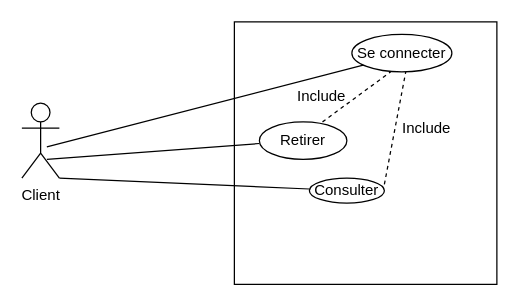
charlesng1/uml keeps this draw.io diagram as Diagramme sans nom.drawio. Above is the earlier version. Source tidied: cells renumbered, new cells numbered last; positions are measured from the earlier drawing's top-left corner, leaving out a move shared by most shapes. Both pictures are drawn from the tidied source at 125%, with x=0, y=0 at pixel (21, 21).
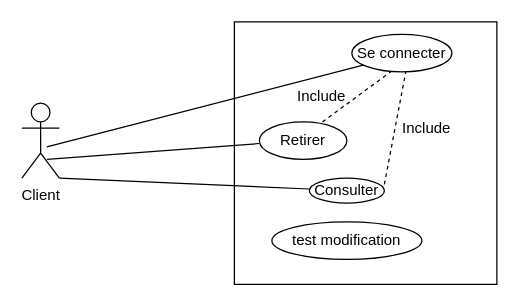
The same page after the edit.

Commit message:
Mettre à jour Diagramme sans nom.drawio

The edit, as a diff of the source:
```diff
@@
 <mxGraphModel>
   <root>
     <mxCell id="0" />
     <mxCell id="1" parent="0" />
     <mxCell id="2" value="Client" style="shape=umlActor;verticalLabelPosition=bottom;verticalAlign=top;html=1;outlineConnect=0;" parent="1" vertex="1">
       <mxGeometry y="65" width="30" height="60" as="geometry" />
     </mxCell>
     <mxCell id="3" style="whiteSpace=wrap;html=1;" parent="1" vertex="1">
       <mxGeometry x="170" width="210" height="210" as="geometry" />
     </mxCell>
     <mxCell id="4" style="endArrow=none;html=1;rounded=0;" parent="1" edge="1">
       <mxGeometry relative="1" as="geometry">
         <mxPoint x="20" y="100" as="sourcePoint" />
         <mxPoint x="280" y="32.8" as="targetPoint" />
       </mxGeometry>
     </mxCell>
     <mxCell id="5" style="endArrow=none;html=1;rounded=0;exitX=0.667;exitY=0.75;exitDx=0;exitDy=0;exitPerimeter=0;" parent="1" edge="1" source="2">
       <mxGeometry relative="1" as="geometry">
         <mxPoint x="190" y="97.3" as="targetPoint" />
       </mxGeometry>
     </mxCell>
     <mxCell id="6" style="endArrow=none;html=1;rounded=0;exitX=1;exitY=1;exitDx=0;exitDy=0;exitPerimeter=0;" parent="1" edge="1" source="2">
       <mxGeometry relative="1" as="geometry">
         <mxPoint x="230" y="133.7" as="targetPoint" />
       </mxGeometry>
     </mxCell>
     <mxCell id="7" style="endArrow=none;dashed=1;html=1;rounded=0;entryX=0.25;entryY=1;entryDx=0;entryDy=0;" parent="1" edge="1">
       <mxGeometry relative="1" as="geometry">
         <mxPoint x="240.5" y="80" as="sourcePoint" />
         <mxPoint x="295" y="40" as="targetPoint" />
       </mxGeometry>
     </mxCell>
     <mxCell id="8" value="Include" style="text;html=1;strokeColor=none;fillColor=none;align=center;verticalAlign=middle;whiteSpace=wrap;rounded=0;" parent="1" vertex="1">
       <mxGeometry x="230" y="55" width="20" height="10" as="geometry" />
     </mxCell>
     <mxCell id="9" style="endArrow=none;dashed=1;html=1;rounded=0;" parent="1" edge="1">
       <mxGeometry relative="1" as="geometry">
         <mxPoint x="290" y="130" as="sourcePoint" />
         <mxPoint x="307.1" y="40" as="targetPoint" />
       </mxGeometry>
     </mxCell>
     <mxCell id="10" value="Include" style="text;html=1;strokeColor=none;fillColor=none;align=center;verticalAlign=middle;whiteSpace=wrap;rounded=0;" parent="1" vertex="1">
       <mxGeometry x="304" y="80" width="40" height="10" as="geometry" />
     </mxCell>
     <mxCell id="11" value="Se connecter" style="ellipse;whiteSpace=wrap;html=1;" parent="1" vertex="1">
       <mxGeometry x="264" y="10" width="80" height="30" as="geometry" />
     </mxCell>
     <mxCell id="12" value="Retirer" style="ellipse;whiteSpace=wrap;html=1;" parent="1" vertex="1">
       <mxGeometry x="190" y="80" width="70" height="30" as="geometry" />
     </mxCell>
     <mxCell id="13" value="Consulter" style="ellipse;whiteSpace=wrap;html=1;" parent="1" vertex="1">
       <mxGeometry x="230" y="125" width="60" height="20" as="geometry" />
     </mxCell>
+    <mxCell id="14" value="test modification&lt;br&gt;" style="ellipse;whiteSpace=wrap;html=1;" parent="1" vertex="1">
+      <mxGeometry x="200" y="160" width="120" height="30" as="geometry" />
+    </mxCell>
   </root>
 </mxGraphModel>
```
